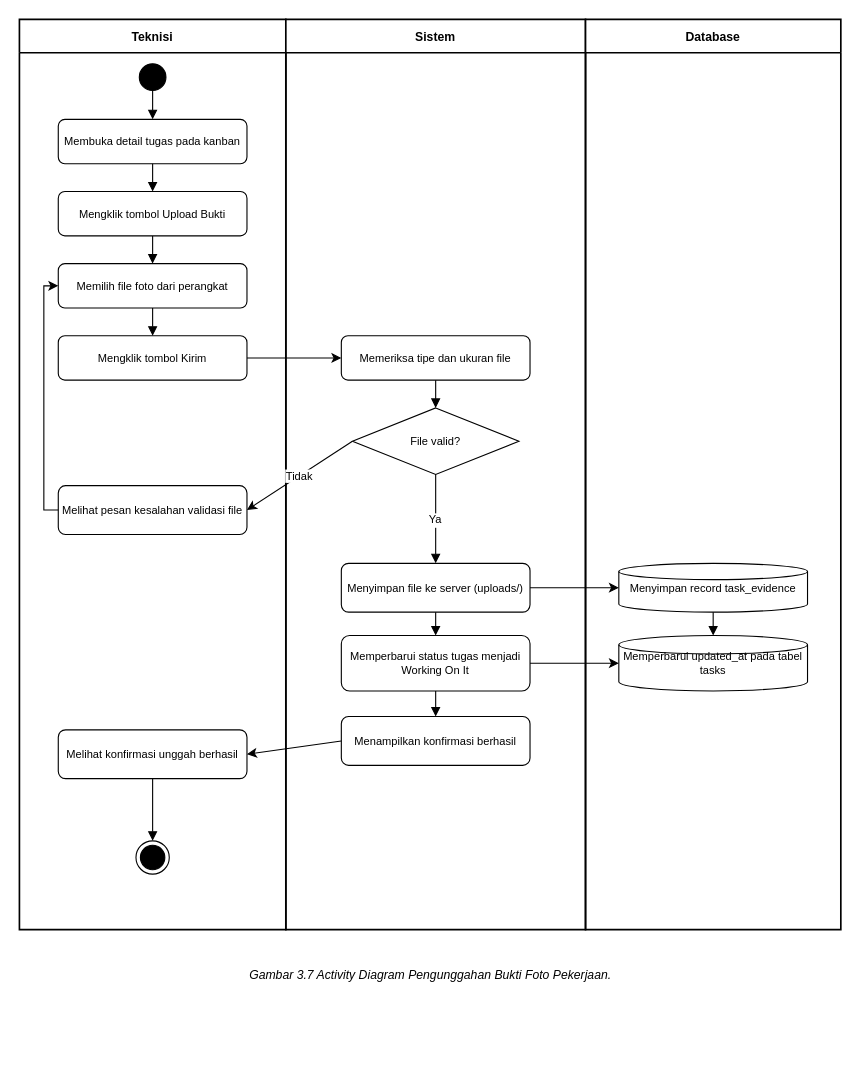
Above: diagram/ai/Activity/AD_UPLOAD_EVIDENCE.drawio in evelleura/shi-dashboard (draw.io), before the change. Source tidied: cells renumbered, new cells numbered last; positions are measured from the earlier drawing's top-left corner, leaving out a move shared by most shapes. Both pictures are drawn from the tidied source at 111%, with x=0, y=0 at pixel (19, 19).
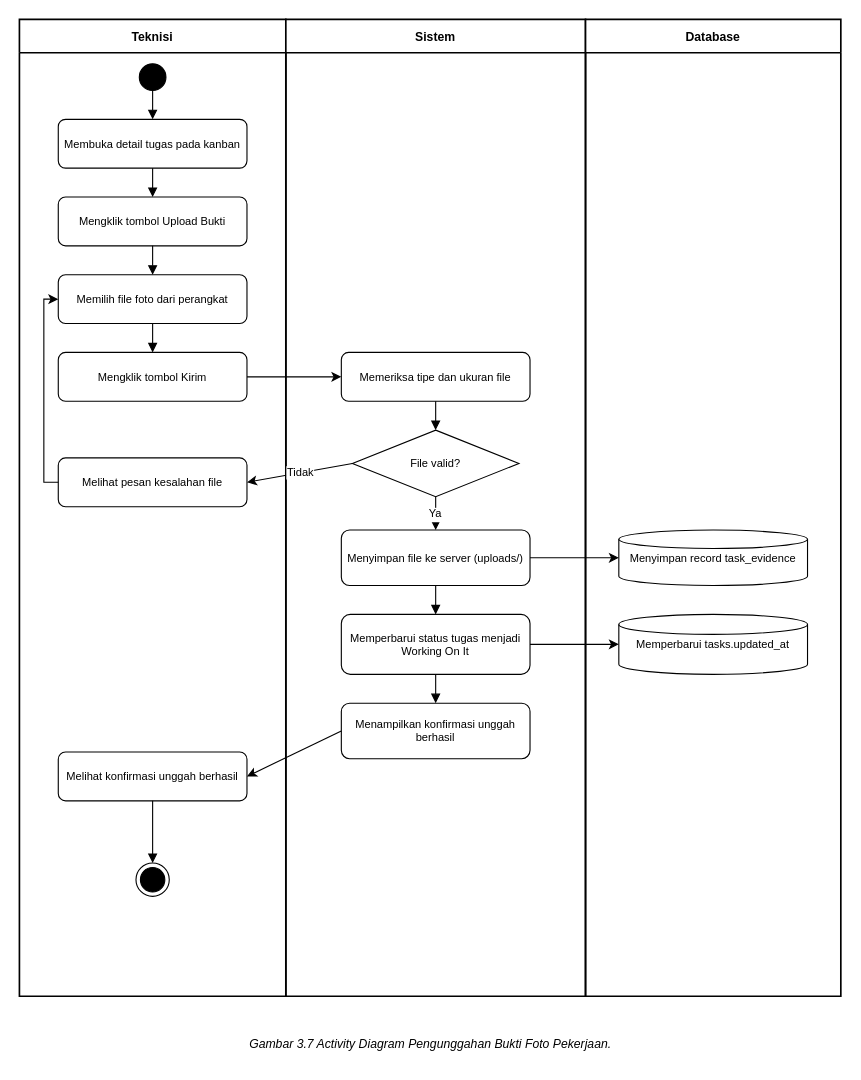
The same page after the edit.

What changed in the source:
```diff
@@
     <mxCell id="2" value="Teknisi" style="swimlane;startSize=30;fillColor=#FFFFFF;strokeColor=#000000;strokeWidth=1.5;fontSize=11;fontStyle=1;fontColor=#000000;" parent="1" vertex="1">
-      <mxGeometry width="240" height="820" as="geometry" />
+      <mxGeometry width="240" height="880" as="geometry" />
     </mxCell>
@@
     <mxCell id="4" value="Membuka detail tugas pada kanban" style="rounded=1;whiteSpace=wrap;html=1;fillColor=#FFFFFF;strokeColor=#000000;strokeWidth=1;fontSize=10;fontColor=#000000;" parent="2" vertex="1">
-      <mxGeometry x="35" y="90" width="170" height="40" as="geometry" />
+      <mxGeometry x="35" y="90" width="170" height="44" as="geometry" />
     </mxCell>
     <mxCell id="5" value="Mengklik tombol Upload Bukti" style="rounded=1;whiteSpace=wrap;html=1;fillColor=#FFFFFF;strokeColor=#000000;strokeWidth=1;fontSize=10;fontColor=#000000;" parent="2" vertex="1">
-      <mxGeometry x="35" y="155" width="170" height="40" as="geometry" />
+      <mxGeometry x="35" y="160" width="170" height="44" as="geometry" />
     </mxCell>
     <mxCell id="6" value="Memilih file foto dari perangkat" style="rounded=1;whiteSpace=wrap;html=1;fillColor=#FFFFFF;strokeColor=#000000;strokeWidth=1;fontSize=10;fontColor=#000000;" parent="2" vertex="1">
-      <mxGeometry x="35" y="220" width="170" height="40" as="geometry" />
+      <mxGeometry x="35" y="230" width="170" height="44" as="geometry" />
     </mxCell>
     <mxCell id="7" value="Mengklik tombol Kirim" style="rounded=1;whiteSpace=wrap;html=1;fillColor=#FFFFFF;strokeColor=#000000;strokeWidth=1;fontSize=10;fontColor=#000000;" parent="2" vertex="1">
-      <mxGeometry x="35" y="285" width="170" height="40" as="geometry" />
+      <mxGeometry x="35" y="300" width="170" height="44" as="geometry" />
     </mxCell>
-    <mxCell id="8" value="Melihat pesan kesalahan validasi file" style="rounded=1;whiteSpace=wrap;html=1;fillColor=#FFFFFF;strokeColor=#000000;strokeWidth=1;fontSize=10;fontColor=#000000;" parent="2" vertex="1">
-      <mxGeometry x="35" y="420" width="170" height="44" as="geometry" />
-    </mxCell>
+    <mxCell id="37" value="Melihat pesan kesalahan file" style="rounded=1;whiteSpace=wrap;html=1;fillColor=#FFFFFF;strokeColor=#000000;strokeWidth=1;fontSize=10;fontColor=#000000;" parent="2" vertex="1">
+      <mxGeometry x="35" y="395" width="170" height="44" as="geometry" />
+    </mxCell>
     <mxCell id="9" value="Melihat konfirmasi unggah berhasil" style="rounded=1;whiteSpace=wrap;html=1;fillColor=#FFFFFF;strokeColor=#000000;strokeWidth=1;fontSize=10;fontColor=#000000;" parent="2" vertex="1">
-      <mxGeometry x="35" y="640" width="170" height="44" as="geometry" />
+      <mxGeometry x="35" y="660" width="170" height="44" as="geometry" />
     </mxCell>
-    <mxCell id="10" style="ellipse;html=1;shape=endState;fillColor=strokeColor;" parent="2" vertex="1">
-      <mxGeometry x="105" y="740" width="30" height="30" as="geometry" />
-    </mxCell>
+    <mxCell id="38" style="ellipse;html=1;shape=endState;fillColor=strokeColor;" parent="2" vertex="1">
+      <mxGeometry x="105" y="760" width="30" height="30" as="geometry" />
+    </mxCell>
     <mxCell id="11" value="Sistem" style="swimlane;startSize=30;fillColor=#FFFFFF;strokeColor=#000000;strokeWidth=1.5;fontSize=11;fontStyle=1;fontColor=#000000;" parent="1" vertex="1">
-      <mxGeometry x="240" width="270" height="820" as="geometry" />
+      <mxGeometry x="240" width="270" height="880" as="geometry" />
     </mxCell>
     <mxCell id="12" value="Memeriksa tipe dan ukuran file" style="rounded=1;whiteSpace=wrap;html=1;fillColor=#FFFFFF;strokeColor=#000000;strokeWidth=1;fontSize=10;fontColor=#000000;" parent="11" vertex="1">
-      <mxGeometry x="50" y="285" width="170" height="40" as="geometry" />
+      <mxGeometry x="50" y="300" width="170" height="44" as="geometry" />
     </mxCell>
     <mxCell id="13" value="File valid?" style="rhombus;whiteSpace=wrap;html=1;fillColor=#FFFFFF;strokeColor=#000000;strokeWidth=1;fontSize=10;fontColor=#000000;" parent="11" vertex="1">
-      <mxGeometry x="60" y="350" width="150" height="60" as="geometry" />
+      <mxGeometry x="60" y="370" width="150" height="60" as="geometry" />
     </mxCell>
     <mxCell id="14" value="Menyimpan file ke server (uploads/)" style="rounded=1;whiteSpace=wrap;html=1;fillColor=#FFFFFF;strokeColor=#000000;strokeWidth=1;fontSize=10;fontColor=#000000;" parent="11" vertex="1">
-      <mxGeometry x="50" y="490" width="170" height="44" as="geometry" />
+      <mxGeometry x="50" y="460" width="170" height="50" as="geometry" />
     </mxCell>
     <mxCell id="15" value="Memperbarui status tugas menjadi Working On It" style="rounded=1;whiteSpace=wrap;html=1;fillColor=#FFFFFF;strokeColor=#000000;strokeWidth=1;fontSize=10;fontColor=#000000;" parent="11" vertex="1">
-      <mxGeometry x="50" y="555" width="170" height="50" as="geometry" />
+      <mxGeometry x="50" y="536" width="170" height="54" as="geometry" />
     </mxCell>
-    <mxCell id="16" value="Menampilkan konfirmasi berhasil" style="rounded=1;whiteSpace=wrap;html=1;fillColor=#FFFFFF;strokeColor=#000000;strokeWidth=1;fontSize=10;fontColor=#000000;" parent="11" vertex="1">
-      <mxGeometry x="50" y="628" width="170" height="44" as="geometry" />
+    <mxCell id="16" value="Menampilkan konfirmasi unggah berhasil" style="rounded=1;whiteSpace=wrap;html=1;fillColor=#FFFFFF;strokeColor=#000000;strokeWidth=1;fontSize=10;fontColor=#000000;" parent="11" vertex="1">
+      <mxGeometry x="50" y="616" width="170" height="50" as="geometry" />
     </mxCell>
     <mxCell id="17" value="Database" style="swimlane;startSize=30;fillColor=#FFFFFF;strokeColor=#000000;strokeWidth=1.5;fontSize=11;fontStyle=1;fontColor=#000000;" parent="1" vertex="1">
-      <mxGeometry x="510" width="230" height="820" as="geometry" />
+      <mxGeometry x="510" width="230" height="880" as="geometry" />
     </mxCell>
     <mxCell id="18" value="Menyimpan record task_evidence" style="shape=mxgraph.flowchart.database;whiteSpace=wrap;html=1;fillColor=#FFFFFF;strokeColor=#000000;strokeWidth=1;fontSize=10;fontColor=#000000;" parent="17" vertex="1">
-      <mxGeometry x="30" y="490" width="170" height="44" as="geometry" />
+      <mxGeometry x="30" y="460" width="170" height="50" as="geometry" />
     </mxCell>
-    <mxCell id="19" value="Memperbarui updated_at pada tabel tasks" style="shape=mxgraph.flowchart.database;whiteSpace=wrap;html=1;fillColor=#FFFFFF;strokeColor=#000000;strokeWidth=1;fontSize=10;fontColor=#000000;" parent="17" vertex="1">
-      <mxGeometry x="30" y="555" width="170" height="50" as="geometry" />
+    <mxCell id="19" value="Memperbarui tasks.updated_at" style="shape=mxgraph.flowchart.database;whiteSpace=wrap;html=1;fillColor=#FFFFFF;strokeColor=#000000;strokeWidth=1;fontSize=10;fontColor=#000000;" parent="17" vertex="1">
+      <mxGeometry x="30" y="536" width="170" height="54" as="geometry" />
     </mxCell>
@@
-    <mxCell id="24" style="endArrow=classic;html=1;rounded=0;strokeColor=#000000;strokeWidth=1;exitX=0;exitY=0.5;entryX=0;entryY=0.5;" parent="2" edge="1" source="8" target="6">
+    <mxCell id="24" style="endArrow=classic;html=1;rounded=0;strokeColor=#000000;strokeWidth=1;exitX=0;exitY=0.5;entryX=0;entryY=0.5;" parent="2" edge="1" source="37" target="6">
       <mxGeometry relative="1" as="geometry">
         <Array as="points">
-          <mxPoint x="22" y="442" />
-          <mxPoint x="22" y="240" />
+          <mxPoint x="22" y="417" />
+          <mxPoint x="22" y="252" />
         </Array>
       </mxGeometry>
     </mxCell>
-    <mxCell id="25" style="endArrow=block;endFill=1;strokeColor=#000000;strokeWidth=1;exitX=0.5;exitY=1;entryX=0.5;entryY=0;" parent="2" edge="1" source="9" target="10">
+    <mxCell id="25" style="endArrow=block;endFill=1;strokeColor=#000000;strokeWidth=1;exitX=0.5;exitY=1;entryX=0.5;entryY=0;" parent="2" edge="1" source="9" target="38">
       <mxGeometry relative="1" as="geometry" />
     </mxCell>
@@
-    <mxCell id="30" style="endArrow=block;endFill=1;strokeColor=#000000;strokeWidth=1;exitX=0.5;exitY=1;entryX=0.5;entryY=0;" parent="17" edge="1" source="18" target="19">
-      <mxGeometry relative="1" as="geometry" />
-    </mxCell>
@@
-    <mxCell id="32" value="Tidak" style="endArrow=classic;html=1;rounded=0;strokeColor=#000000;strokeWidth=1;fontSize=10;fontColor=#000000;exitX=0;exitY=0.5;entryX=1;entryY=0.5;" parent="1" edge="1" source="13" target="8">
+    <mxCell id="32" value="Tidak" style="endArrow=classic;html=1;rounded=0;strokeColor=#000000;strokeWidth=1;fontSize=10;fontColor=#000000;exitX=0;exitY=0.5;entryX=1;entryY=0.5;" parent="1" edge="1" source="13" target="37">
       <mxGeometry relative="1" as="geometry" />
     </mxCell>
@@
     <mxCell id="36" value="Gambar 3.7 Activity Diagram Pengunggahan Bukti Foto Pekerjaan." style="text;html=1;align=center;verticalAlign=middle;strokeColor=none;fillColor=none;fontStyle=2;fontSize=11;fontColor=#000000;" parent="1" vertex="1">
-      <mxGeometry y="846" width="740" height="30" as="geometry" />
+      <mxGeometry y="908" width="740" height="30" as="geometry" />
     </mxCell>
```
